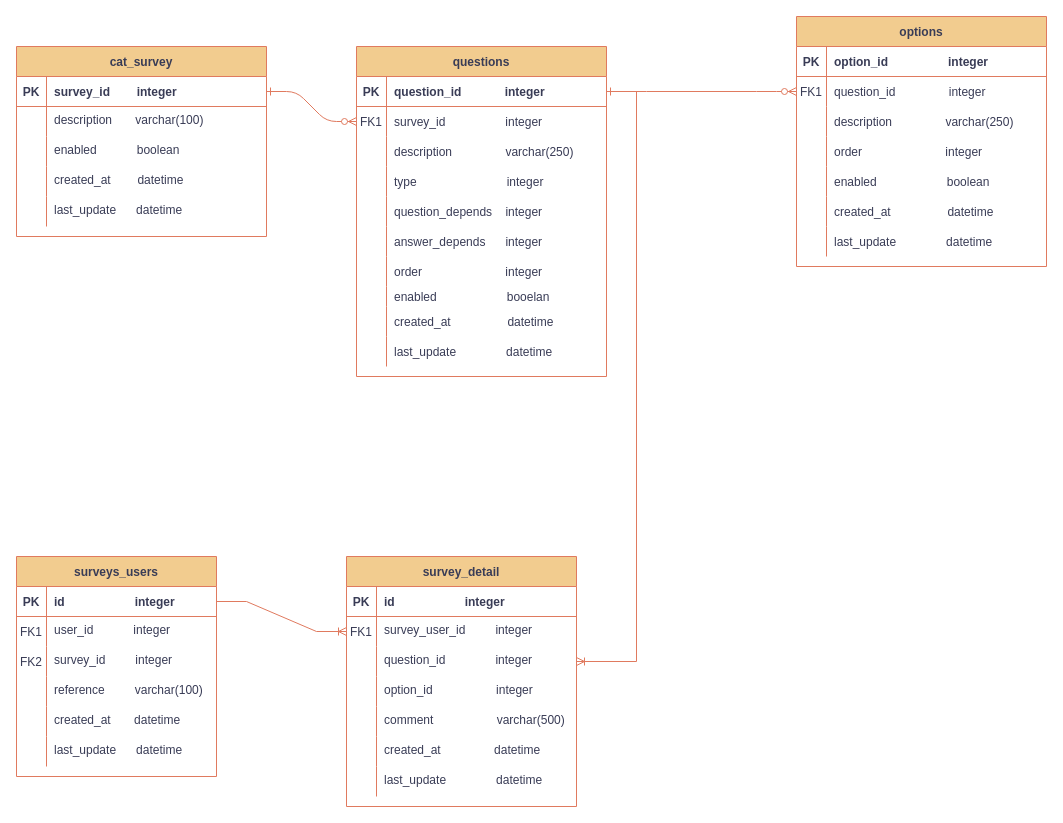
marcoluisdf/documentacion keeps this draw.io diagram as tenderos.drawio. Above is the earlier version. Source tidied: cells renumbered, new cells numbered last; positions are measured from the earlier drawing's top-left corner, leaving out a move shared by most shapes. Both pictures are drawn from the tidied source at 100%, with x=0, y=0 at pixel (16, 16).
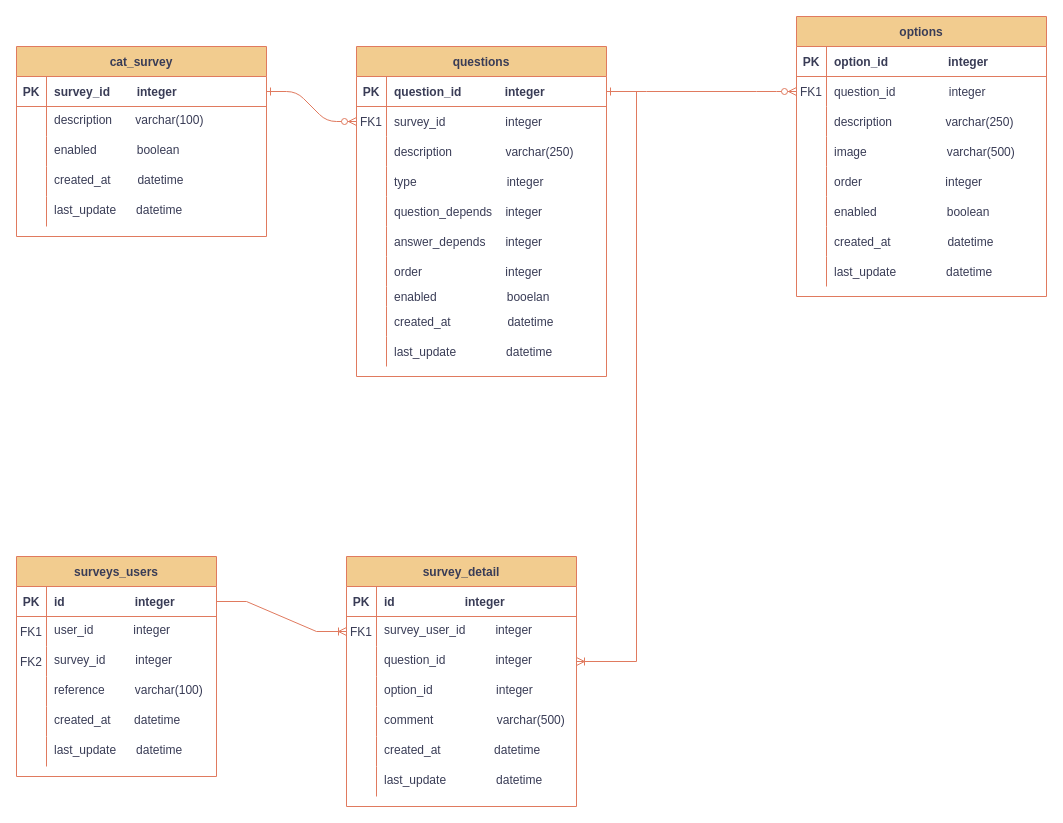
After the change.

What changed in the source:
```diff
@@
     <mxCell id="35" value="options" style="shape=table;startSize=30;childLayout=tableLayout;rowLines=0;fontStyle=1;align=center;labelBackgroundColor=none;fillColor=#F2CC8F;strokeColor=#E07A5F;fontColor=#393C56;" parent="1" vertex="1">
-      <mxGeometry x="780" width="250" height="250" as="geometry" />
+      <mxGeometry x="780" width="250" height="280" as="geometry" />
     </mxCell>
@@
+    <mxCell id="116" style="shape=partialRectangle;fillColor=none;top=0;left=0;right=0;bottom=0;labelBackgroundColor=none;strokeColor=#E07A5F;fontColor=#393C56;" parent="35" vertex="1">
+      <mxGeometry y="120" width="250" height="30" as="geometry" />
+    </mxCell>
+    <mxCell id="117" style="shape=partialRectangle;overflow=hidden;fillColor=none;top=0;left=0;bottom=0;right=0;labelBackgroundColor=none;strokeColor=#E07A5F;fontColor=#393C56;" parent="116" vertex="1">
+      <mxGeometry width="30" height="30" as="geometry" />
+    </mxCell>
+    <mxCell id="118" value="image                        varchar(500)" style="shape=partialRectangle;overflow=hidden;fillColor=none;top=0;left=0;bottom=0;right=0;align=left;spacingLeft=6;labelBackgroundColor=none;strokeColor=#E07A5F;fontColor=#393C56;" parent="116" vertex="1">
+      <mxGeometry x="30" width="220" height="30" as="geometry" />
+    </mxCell>
     <mxCell id="45" style="shape=partialRectangle;fillColor=none;top=0;left=0;right=0;bottom=0;labelBackgroundColor=none;strokeColor=#E07A5F;fontColor=#393C56;" parent="35" vertex="1">
-      <mxGeometry y="120" width="250" height="30" as="geometry" />
+      <mxGeometry y="150" width="250" height="30" as="geometry" />
     </mxCell>
@@
     <mxCell id="48" style="shape=partialRectangle;fillColor=none;top=0;left=0;right=0;bottom=0;labelBackgroundColor=none;strokeColor=#E07A5F;fontColor=#393C56;" parent="35" vertex="1">
-      <mxGeometry y="150" width="250" height="30" as="geometry" />
+      <mxGeometry y="180" width="250" height="30" as="geometry" />
     </mxCell>
@@
     <mxCell id="51" style="shape=partialRectangle;fillColor=none;top=0;left=0;right=0;bottom=0;labelBackgroundColor=none;strokeColor=#E07A5F;fontColor=#393C56;" parent="35" vertex="1">
-      <mxGeometry y="180" width="250" height="30" as="geometry" />
+      <mxGeometry y="210" width="250" height="30" as="geometry" />
     </mxCell>
@@
     <mxCell id="54" style="shape=partialRectangle;fillColor=none;top=0;left=0;right=0;bottom=0;labelBackgroundColor=none;strokeColor=#E07A5F;fontColor=#393C56;" parent="35" vertex="1">
-      <mxGeometry y="210" width="250" height="30" as="geometry" />
+      <mxGeometry y="240" width="250" height="30" as="geometry" />
     </mxCell>
```
